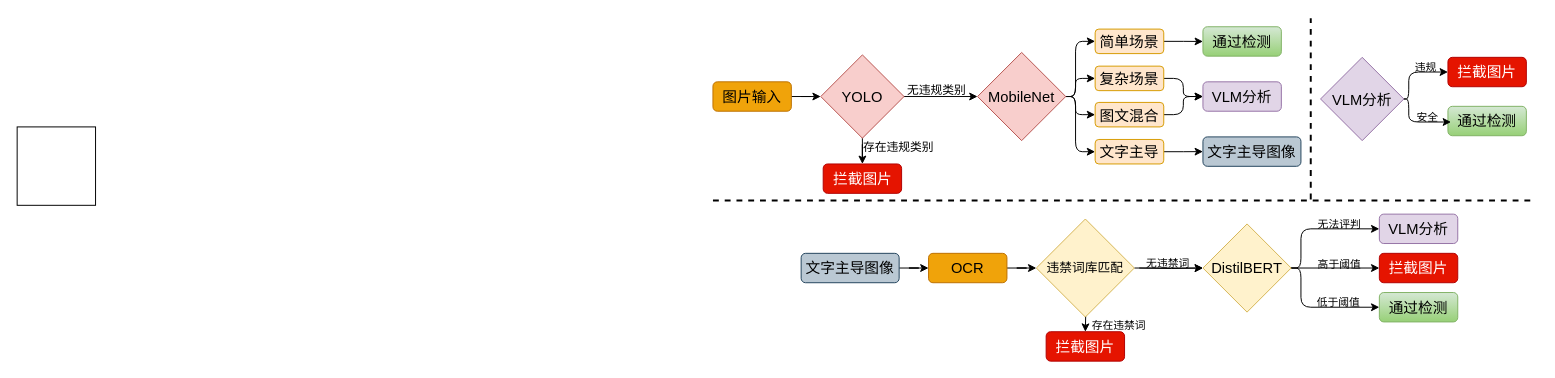
The draw.io diagram 本科项目/违规图片检测.drawio in Heart-ttt/picture-table, before the edit. Source tidied: cells renumbered, new cells numbered last; positions are measured from the earlier drawing's top-left corner, leaving out a move shared by most shapes. Both pictures are drawn from the tidied source at 98%, with x=0, y=0 at pixel (17, 18).
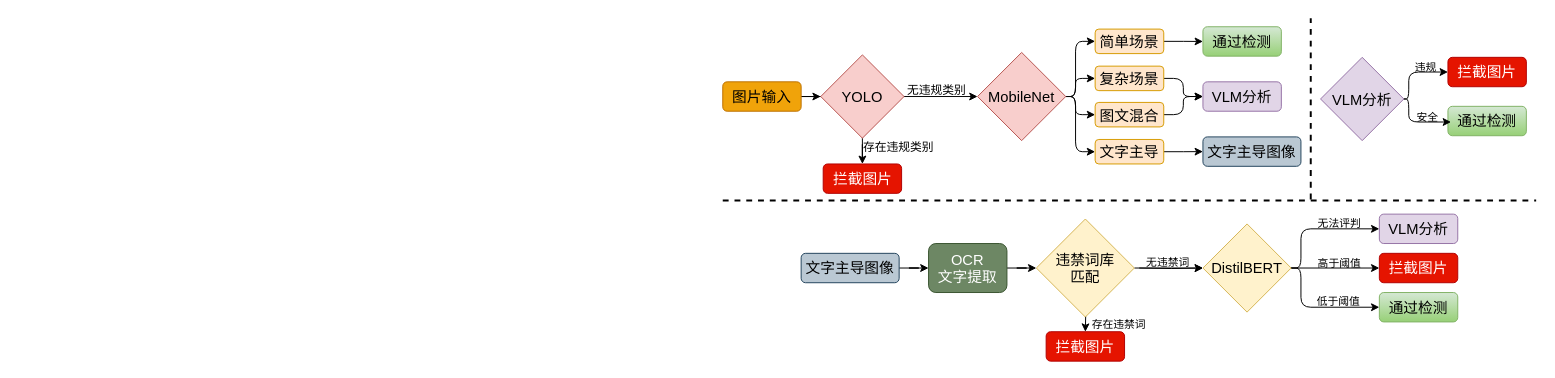
The same diagram, later.

Commit message:
更新违规图片检测.drawio

Unchanged cells that the change refers to:
```xml
<mxCell id="28" style="edgeStyle=orthogonalEdgeStyle;rounded=0;jettySize=auto;html=1;entryX=0;entryY=0.5;entryDx=0;entryDy=0;" parent="1" edge="1" target="41">
  <mxGeometry relative="1" as="geometry">
    <mxPoint x="1145" y="255" as="sourcePoint" />
  </mxGeometry>
</mxCell>
<mxCell id="30" style="edgeStyle=orthogonalEdgeStyle;rounded=0;jettySize=auto;html=1;entryX=0.5;entryY=0;entryDx=0;entryDy=0;" parent="1" edge="1" target="52">
  <mxGeometry relative="1" as="geometry">
    <mxPoint x="1090" y="270" as="sourcePoint" />
  </mxGeometry>
</mxCell>
<mxCell id="33" style="edgeStyle=orthogonalEdgeStyle;rounded=1;jettySize=auto;html=1;entryX=0;entryY=0.5;entryDx=0;entryDy=0;exitX=1;exitY=0.5;exitDx=0;exitDy=0;curved=0;" parent="1" edge="1" source="41" target="36">
  <mxGeometry relative="1" as="geometry">
    <Array as="points">
      <mxPoint x="1310" y="255" />
      <mxPoint x="1310" y="295" />
    </Array>
  </mxGeometry>
</mxCell>
<mxCell id="37" style="edgeStyle=orthogonalEdgeStyle;rounded=1;jettySize=auto;html=1;entryX=0;entryY=0.5;entryDx=0;entryDy=0;curved=0;" parent="1" edge="1" source="41" target="35">
  <mxGeometry relative="1" as="geometry">
    <Array as="points">
      <mxPoint x="1310" y="255" />
      <mxPoint x="1310" y="215" />
    </Array>
  </mxGeometry>
</mxCell>
<mxCell id="39" style="edgeStyle=orthogonalEdgeStyle;rounded=0;jettySize=auto;html=1;entryX=0;entryY=0.5;entryDx=0;entryDy=0;" parent="1" edge="1" source="41" target="42">
  <mxGeometry relative="1" as="geometry" />
</mxCell>
```

The edit, as a diff of the source:
```diff
@@
     <mxCell id="3" value="&lt;font style=&quot;font-size: 15px;&quot;&gt;图片输入&lt;/font&gt;" style="rounded=1;whiteSpace=wrap;html=1;fillColor=#f0a30a;strokeColor=#BD7000;fontColor=#000000;" parent="1" vertex="1">
-      <mxGeometry x="710" y="65" width="80" height="30" as="geometry" />
+      <mxGeometry x="720" y="65" width="80" height="30" as="geometry" />
     </mxCell>
@@
-    <mxCell id="27" value="&lt;font style=&quot;font-size: 15px;&quot;&gt;OCR&lt;/font&gt;" style="rounded=1;whiteSpace=wrap;html=1;fillColor=#f0a30a;strokeColor=#BD7000;fontColor=#000000;" parent="1" vertex="1">
-      <mxGeometry x="930" y="240" width="80" height="30" as="geometry" />
+    <mxCell id="27" value="&lt;font style=&quot;font-size: 15px;&quot;&gt;OCR&lt;/font&gt;&lt;div&gt;&lt;span style=&quot;font-size: 15px;&quot;&gt;文字提取&lt;/span&gt;&lt;/div&gt;" style="rounded=1;whiteSpace=wrap;html=1;fillColor=#6d8764;strokeColor=#3A5431;fontColor=#ffffff;" parent="1" vertex="1">
+      <mxGeometry x="930" y="230" width="80" height="50" as="geometry" />
     </mxCell>
@@
     <mxCell id="29" value="无违禁词" style="edgeLabel;html=1;align=center;verticalAlign=middle;labelBackgroundColor=none;" parent="28" vertex="1">
       <mxGeometry x="-0.16" relative="1" as="geometry">
-        <mxPoint x="1" y="-6" as="offset" />
+        <mxPoint x="1" y="-7" as="offset" />
       </mxGeometry>
     </mxCell>
@@
     <mxCell id="31" value="存在违禁词" style="edgeLabel;html=1;align=center;verticalAlign=middle;labelBackgroundColor=none;" parent="30" vertex="1">
       <mxGeometry x="0.02" y="1" relative="1" as="geometry">
-        <mxPoint x="32" y="18" as="offset" />
+        <mxPoint x="32" y="17" as="offset" />
       </mxGeometry>
     </mxCell>
@@
     <mxCell id="34" value="低于阈值" style="edgeLabel;html=1;align=center;verticalAlign=middle;labelBackgroundColor=none;" parent="33" vertex="1">
       <mxGeometry x="0.39" y="-1" relative="1" as="geometry">
-        <mxPoint x="-3" y="-7" as="offset" />
+        <mxPoint x="-3" y="-8" as="offset" />
       </mxGeometry>
     </mxCell>
@@
     <mxCell id="38" value="无法评判" style="edgeLabel;html=1;align=center;verticalAlign=middle;labelBackgroundColor=none;" parent="37" vertex="1">
       <mxGeometry x="0.31" relative="1" as="geometry">
-        <mxPoint x="3" y="-5" as="offset" />
+        <mxPoint x="3" y="-6" as="offset" />
       </mxGeometry>
     </mxCell>
@@
     <mxCell id="40" value="高于阈值" style="edgeLabel;html=1;align=center;verticalAlign=middle;labelBackgroundColor=none;" parent="39" vertex="1">
       <mxGeometry x="0.07" relative="1" as="geometry">
-        <mxPoint y="-5" as="offset" />
+        <mxPoint y="-6" as="offset" />
       </mxGeometry>
     </mxCell>
@@
-    <mxCell id="53" value="&lt;font style=&quot;font-size: 13px;&quot;&gt;违禁词库匹配&lt;/font&gt;" style="rhombus;whiteSpace=wrap;html=1;fillColor=#fff2cc;strokeColor=#d6b656;" parent="1" vertex="1">
+    <mxCell id="53" value="&lt;font style=&quot;font-size: 15px;&quot;&gt;违禁词库&lt;/font&gt;&lt;div&gt;&lt;font style=&quot;font-size: 15px;&quot;&gt;匹配&lt;/font&gt;&lt;/div&gt;" style="rhombus;whiteSpace=wrap;html=1;fillColor=#fff2cc;strokeColor=#d6b656;" parent="1" vertex="1">
       <mxGeometry x="1040" y="205" width="100" height="100" as="geometry" />
     </mxCell>
-    <mxCell id="54" style="whiteSpace=wrap;html=1;" parent="1" vertex="1">
-      <mxGeometry y="111" width="80" height="80" as="geometry" />
-    </mxCell>
@@
     <mxCell id="56" style="endArrow=none;dashed=1;html=1;rounded=0;strokeWidth=2;" parent="1" edge="1">
       <mxGeometry relative="1" as="geometry">
-        <mxPoint x="710" y="186" as="sourcePoint" />
+        <mxPoint x="720" y="186" as="sourcePoint" />
         <mxPoint x="1550" y="186" as="targetPoint" />
       </mxGeometry>
     </mxCell>
```
